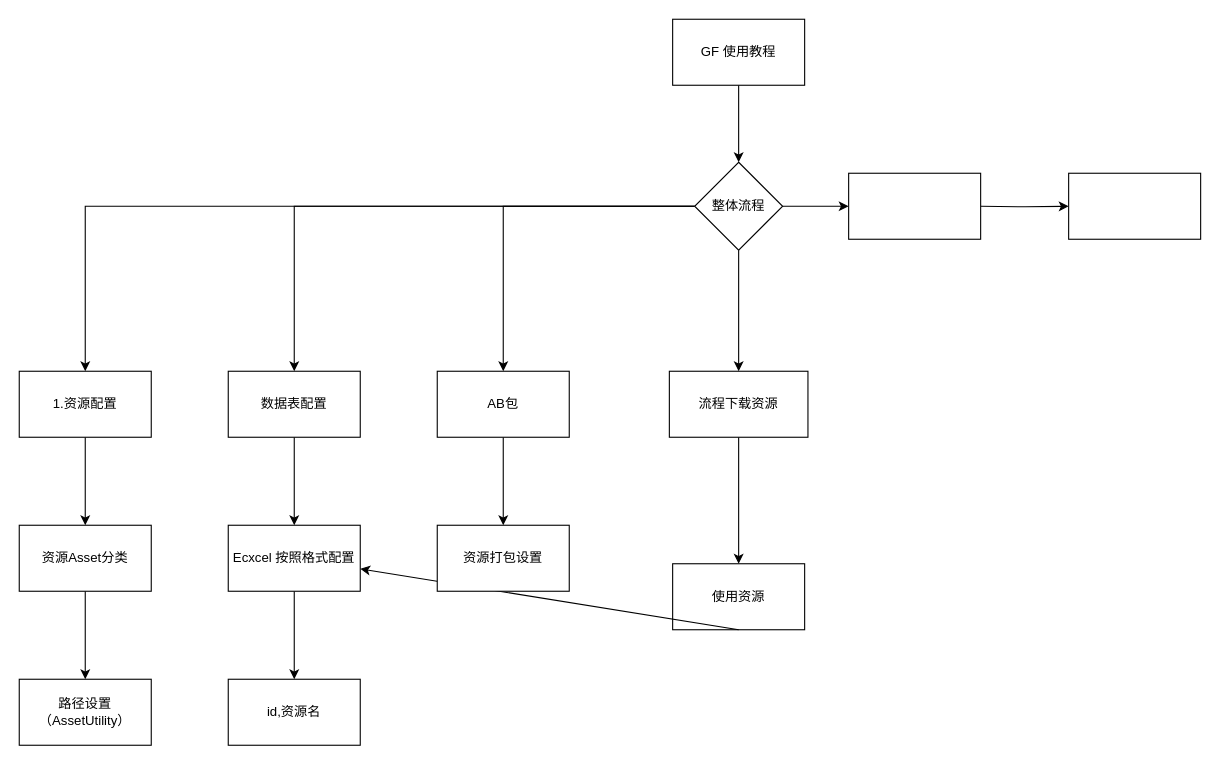
xzp3094997376/DrawIO keeps this draw.io diagram as GameFramework/GF 使用.drawio. Above is the earlier version. Source tidied: cells renumbered, new cells numbered last; positions are measured from the earlier drawing's top-left corner, leaving out a move shared by most shapes. Both pictures are drawn from the tidied source at 110%, with x=0, y=0 at pixel (19, 19).
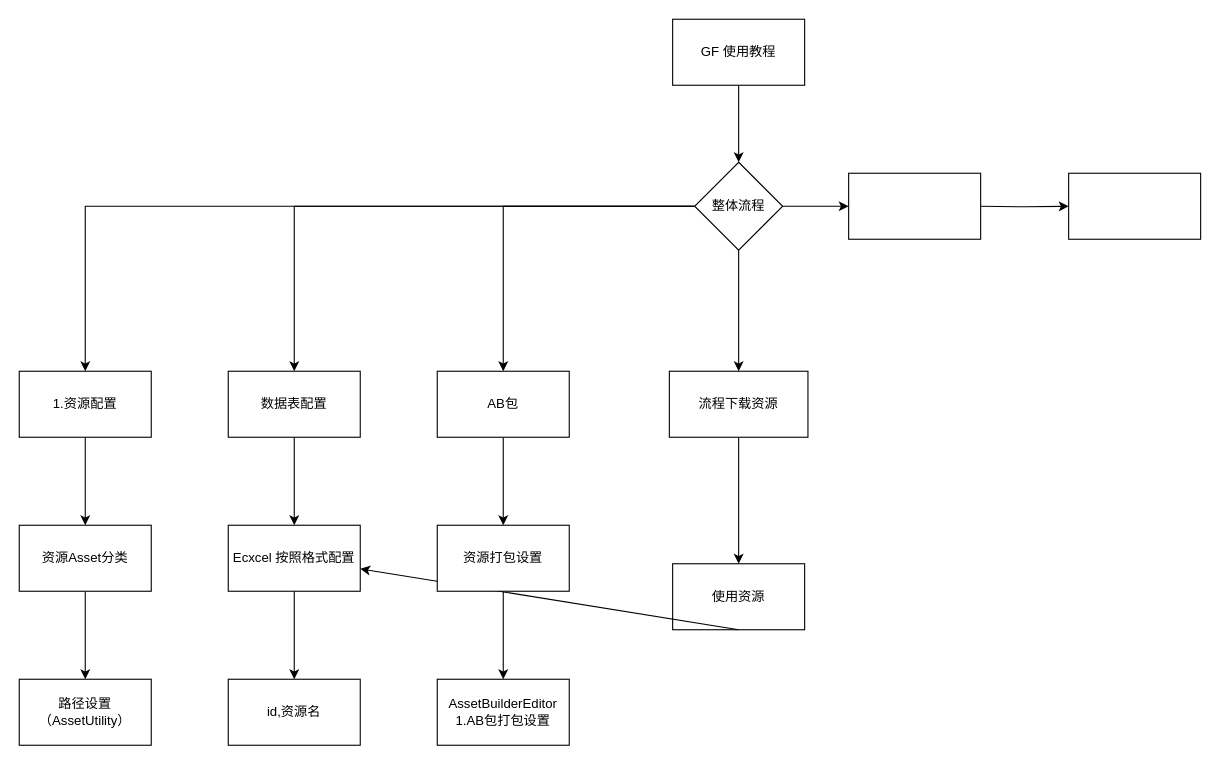
After the change.

Unchanged cells that the change refers to:
```xml
<mxCell id="29" value="资源打包设置" style="whiteSpace=wrap;html=1;" parent="1" vertex="1">
  <mxGeometry x="380" y="460" width="120" height="60" as="geometry" />
</mxCell>
```

Diff of the diagram source:
```diff
@@
+    <mxCell id="30" style="edgeStyle=orthogonalEdgeStyle;rounded=0;jettySize=auto;html=1;" parent="1" edge="1" source="29" target="31">
+      <mxGeometry relative="1" as="geometry" />
+    </mxCell>
@@
+    <mxCell id="31" value="AssetBuilderEditor&lt;br&gt;1.AB包打包设置" style="whiteSpace=wrap;html=1;" parent="1" vertex="1">
+      <mxGeometry x="380" y="600" width="120" height="60" as="geometry" />
+    </mxCell>
```
